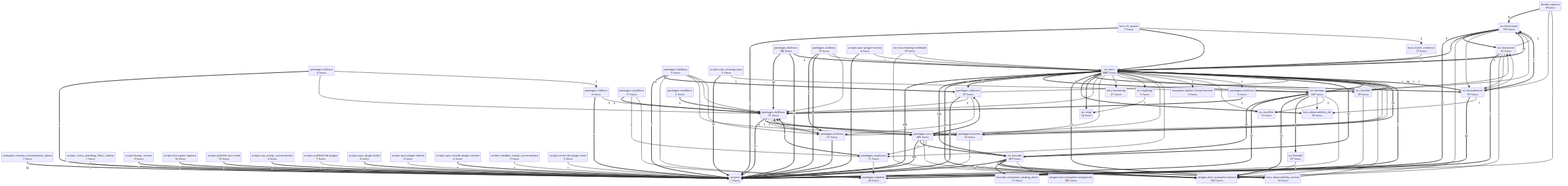
Before: project/compact_flow.png, a diagram exported from Mermaid (semcod/koru). Its source is kept beside it as project/compact_flow.mmd.
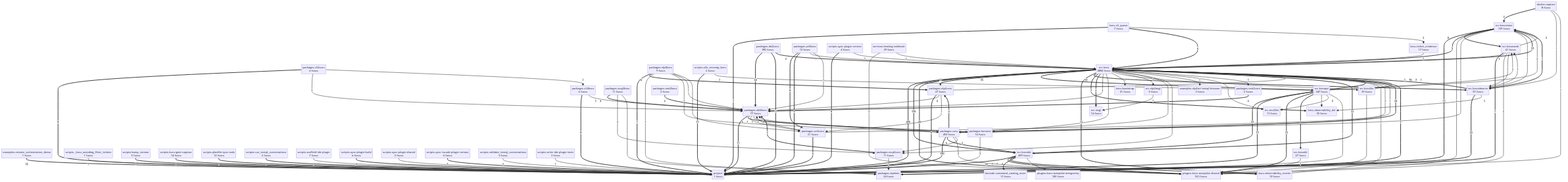
The same file after the commit.

Diff of the diagram source:
```diff
@@ -42,7 +42,7 @@
     services__healing_webhook["services.healing-webhook<br/>39 funcs"]
     src__env2llm["src.env2llm<br/>13 funcs"]
     src__imgl["src.imgl<br/>14 funcs"]
-    src__koru["src.koru<br/>2847 funcs"]
+    src__koru["src.koru<br/>2850 funcs"]
     src__koruapi["src.koruapi<br/>347 funcs"]
     src__korudsl["src.korudsl<br/>27 funcs"]
     src__koruide["src.koruide<br/>459 funcs"]
```
